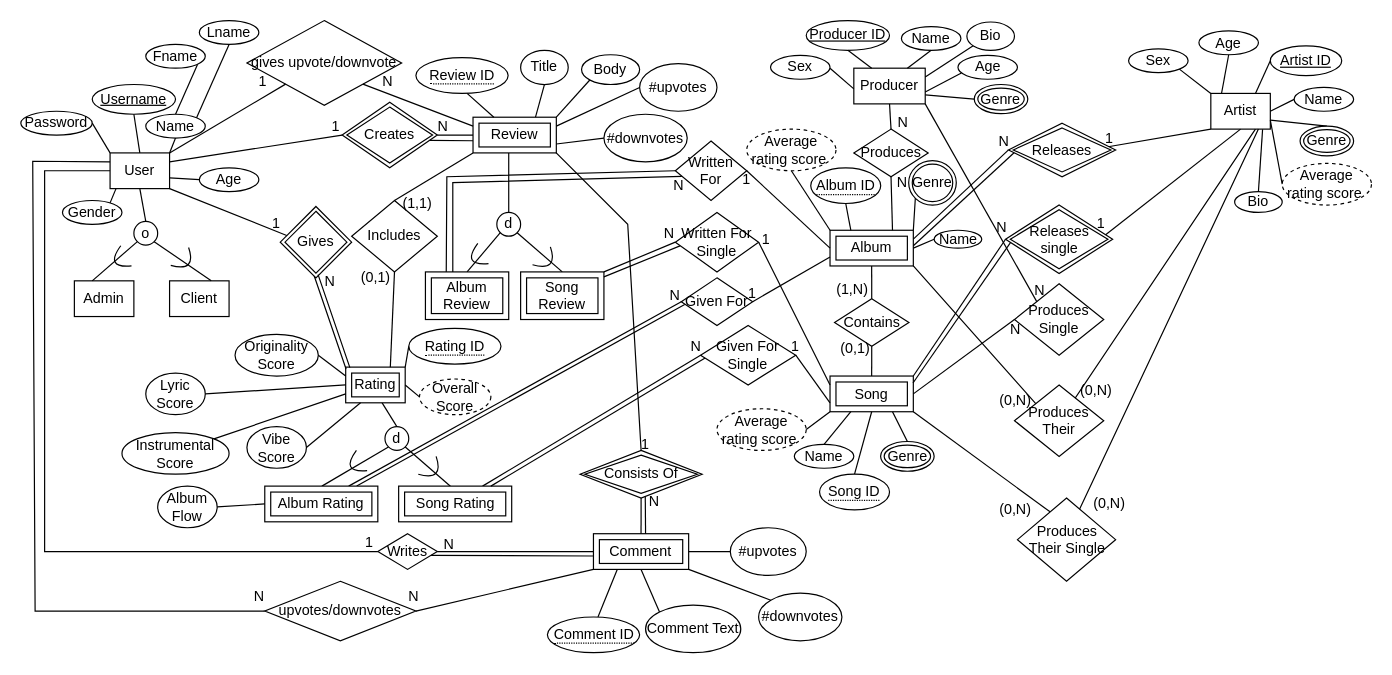
Above: CPSC 471 Project EERD.drawio in alexchchen/musicrant (draw.io), before the change. Source tidied: cells renumbered, new cells numbered last; positions are measured from the earlier drawing's top-left corner, leaving out a move shared by most shapes. Both pictures are drawn from the tidied source at 119%, with x=0, y=0 at pixel (20, 20).
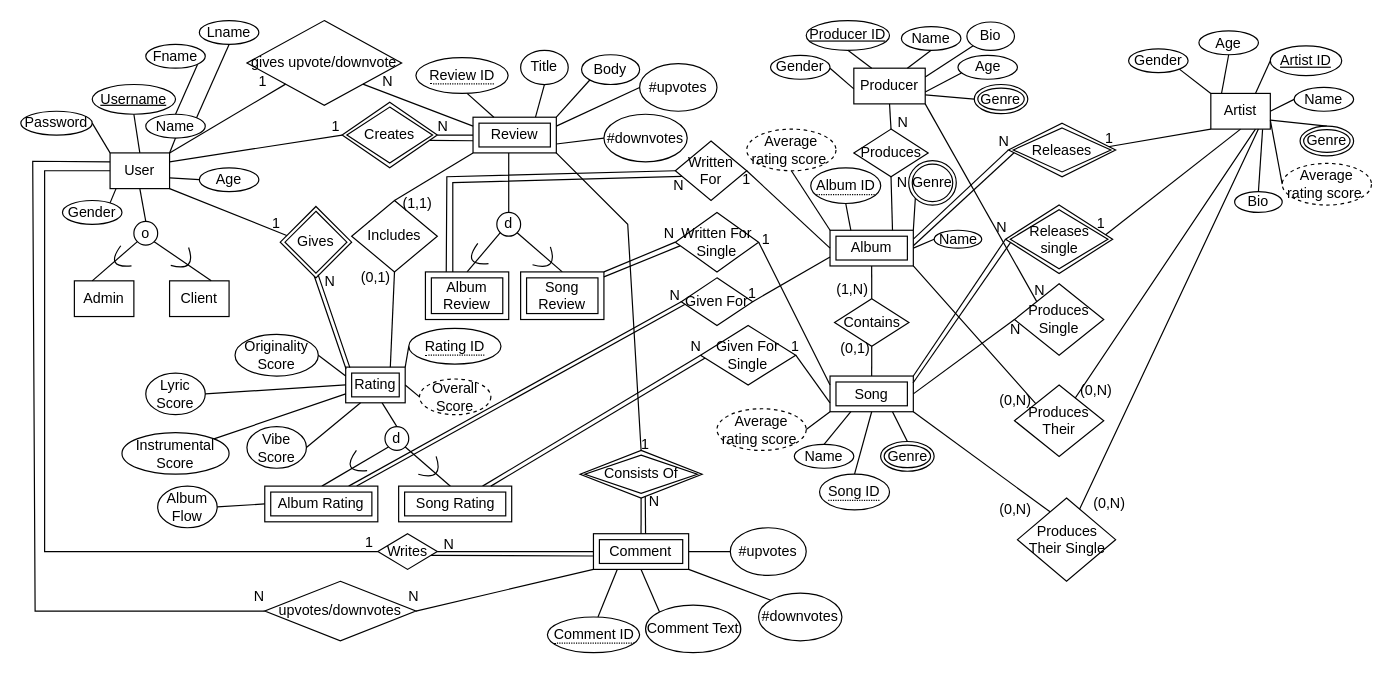
Above is the later version.

Commit message (it also covers changes not shown here):
Update artist, producer sex to gender

Change to the diagram source:
```diff
@@
-    <mxCell id="188" value="Sex" style="ellipse;whiteSpace=wrap;html=1;align=center;" parent="1" vertex="1">
+    <mxCell id="188" value="Gender" style="ellipse;whiteSpace=wrap;html=1;align=center;" parent="1" vertex="1">
       <mxGeometry x="630" y="29.1" width="50" height="20" as="geometry" />
     </mxCell>
@@
-    <mxCell id="194" value="Sex" style="ellipse;whiteSpace=wrap;html=1;align=center;" parent="1" vertex="1">
+    <mxCell id="194" value="Gender" style="ellipse;whiteSpace=wrap;html=1;align=center;" parent="1" vertex="1">
       <mxGeometry x="930.9" y="23.5" width="50" height="20" as="geometry" />
     </mxCell>
```
